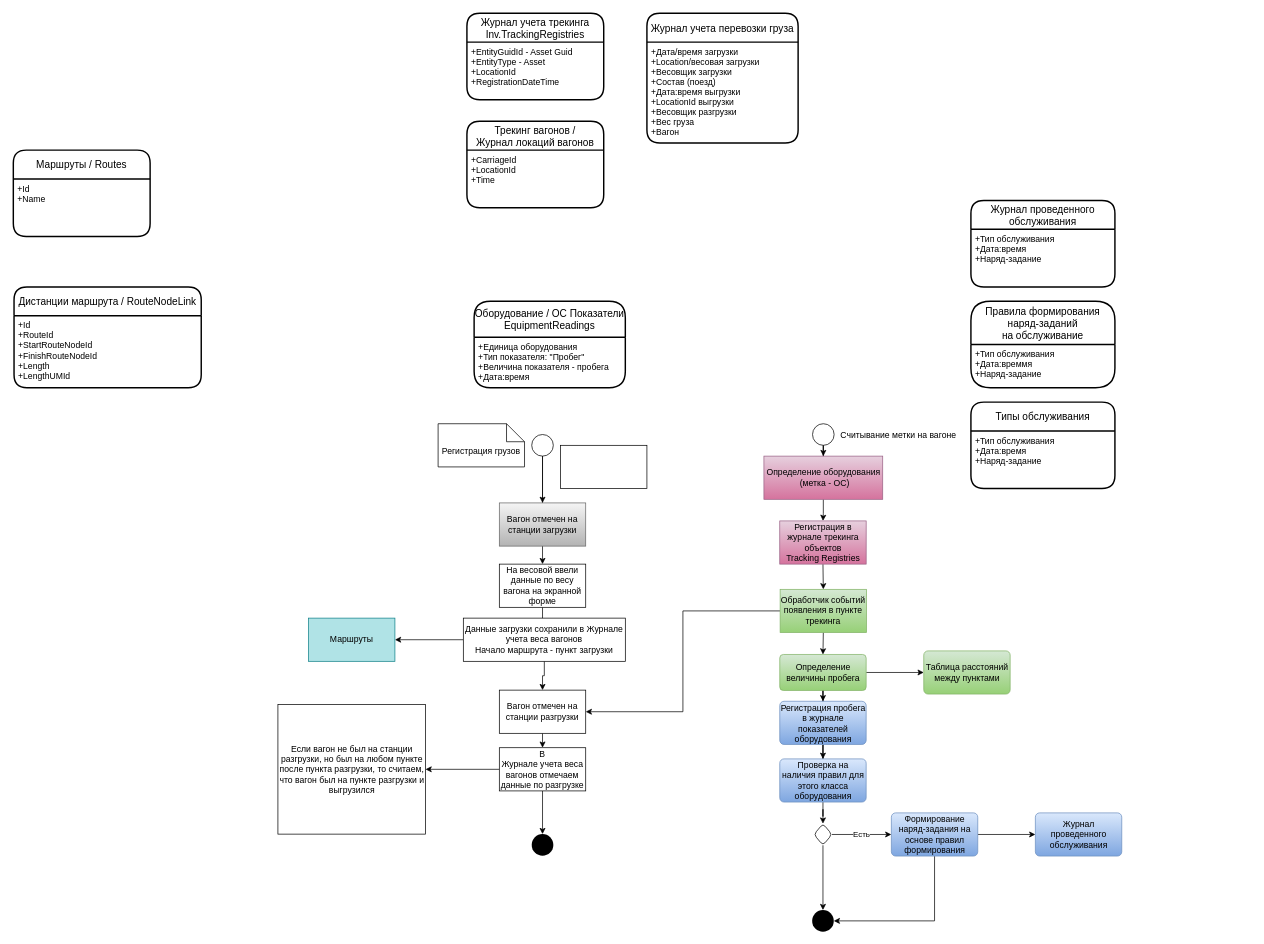
This is page "Пробеги" (2 of 2) of sensor_to_business_oper.drawio from tvolodi/abitech, a draw.io file, before an edit. Source tidied: cells renumbered, new cells numbered last; positions are measured from the earlier drawing's top-left corner, leaving out a move shared by most shapes. Both pictures are drawn from the tidied source at 72%, with x=0, y=0 at pixel (13, 13).
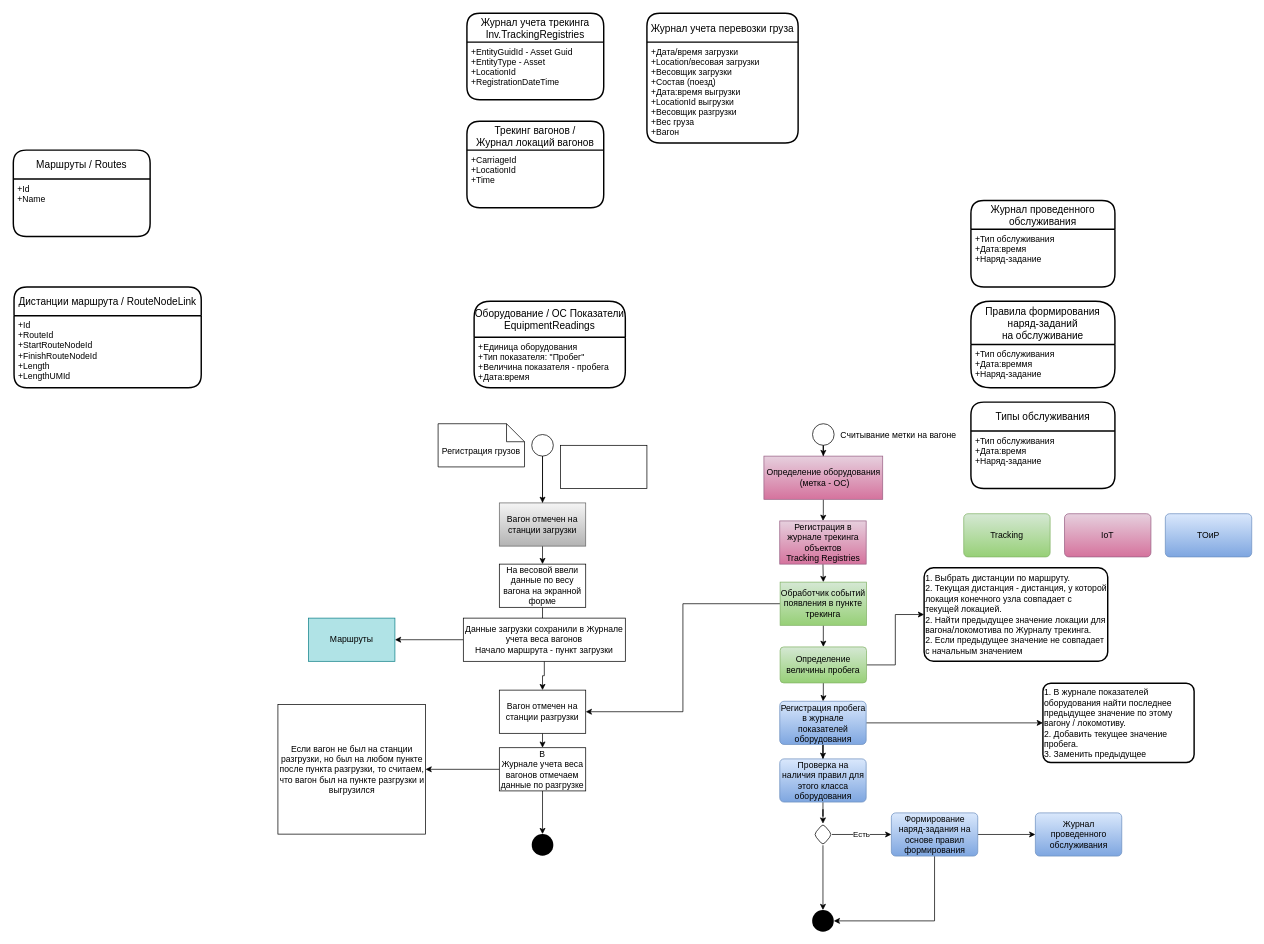
The same page after the edit.

Unchanged cells that the change refers to:
```xml
<mxCell id="19" value="Регистрация пробега в журнале показателей оборудования" style="whiteSpace=wrap;html=1;rounded=1;arcSize=10;fillColor=#dae8fc;strokeColor=#6c8ebf;gradientColor=#7ea6e0;" parent="1" vertex="1">
  <mxGeometry x="1064.5" y="955.5" width="120" height="60" as="geometry" />
</mxCell>
```

Diff of the diagram source:
```diff
@@
-    <mxCell id="11" style="edgeStyle=orthogonalEdgeStyle;rounded=0;jettySize=auto;html=1;" parent="1" edge="1" source="12" target="54">
-      <mxGeometry relative="1" as="geometry" />
-    </mxCell>
+    <mxCell id="64" style="edgeStyle=orthogonalEdgeStyle;rounded=0;jettySize=auto;html=1;" parent="1" edge="1" source="12" target="70">
+      <mxGeometry relative="1" as="geometry" />
+    </mxCell>
     <mxCell id="12" value="Определение величины пробега" style="rounded=1;arcSize=10;whiteSpace=wrap;html=1;align=center;fillColor=#d5e8d4;gradientColor=#97d077;strokeColor=#82b366;" parent="1" vertex="1">
-      <mxGeometry x="1064.5" y="890.5" width="120" height="50" as="geometry" />
+      <mxGeometry x="1065" y="880" width="120" height="50" as="geometry" />
     </mxCell>
@@
+    <mxCell id="65" style="edgeStyle=orthogonalEdgeStyle;rounded=0;jettySize=auto;html=1;" parent="1" edge="1" source="19" target="69">
+      <mxGeometry relative="1" as="geometry" />
+    </mxCell>
@@
-    <mxCell id="54" value="Таблица расстояний между пунктами" style="whiteSpace=wrap;html=1;rounded=1;arcSize=10;fillColor=#d5e8d4;strokeColor=#82b366;gradientColor=#97d077;" parent="1" vertex="1">
-      <mxGeometry x="1264.5" y="885.5" width="120" height="60" as="geometry" />
-    </mxCell>
@@
     <mxCell id="57" value="Обработчик событий появления в пункте трекинга" style="whiteSpace=wrap;html=1;fillColor=#d5e8d4;strokeColor=#82b366;spacingTop=0;spacing=0;gradientColor=#97d077;" parent="1" vertex="1">
-      <mxGeometry x="1065" y="800" width="120" height="60" as="geometry" />
+      <mxGeometry x="1065" y="790" width="120" height="60" as="geometry" />
     </mxCell>
@@
+    <mxCell id="66" value="Tracking" style="whiteSpace=wrap;html=1;rounded=1;arcSize=10;fillColor=#d5e8d4;strokeColor=#82b366;gradientColor=#97d077;" parent="1" vertex="1">
+      <mxGeometry x="1320" y="695" width="120" height="60" as="geometry" />
+    </mxCell>
+    <mxCell id="67" value="IoT" style="whiteSpace=wrap;html=1;rounded=1;arcSize=10;fillColor=#e6d0de;strokeColor=#996185;gradientColor=#d5739d;" parent="1" vertex="1">
+      <mxGeometry x="1460" y="695" width="120" height="60" as="geometry" />
+    </mxCell>
+    <mxCell id="68" value="ТОиР" style="whiteSpace=wrap;html=1;rounded=1;arcSize=10;fillColor=#dae8fc;strokeColor=#6c8ebf;gradientColor=#7ea6e0;" parent="1" vertex="1">
+      <mxGeometry x="1600" y="695" width="120" height="60" as="geometry" />
+    </mxCell>
+    <mxCell id="69" value="1. В журнале показателей оборудования найти последнее предыдущее значение по этому вагону / локомотиву.&lt;br&gt;2. Добавить текущее значение пробега.&lt;br&gt;3. Заменить предыдущее" style="whiteSpace=wrap;html=1;rounded=1;arcSize=10;align=left;strokeWidth=2;" parent="1" vertex="1">
+      <mxGeometry x="1430" y="930.5" width="210" height="110" as="geometry" />
+    </mxCell>
+    <mxCell id="70" value="1. Выбрать дистанции по маршруту.&lt;br&gt;2. Текущая дистанция - дистанция, у которой локация конечного узла совпадает с текущей локацией.&lt;br&gt;2. Найти предыдущее значение локации для вагона/локомотива по Журналу трекинга.&lt;br&gt;2. Если предыдущее значение не совпадает с начальным значением&amp;nbsp;" style="whiteSpace=wrap;html=1;rounded=1;arcSize=10;strokeWidth=2;align=left;" parent="1" vertex="1">
+      <mxGeometry x="1265" y="770" width="255" height="130" as="geometry" />
+    </mxCell>
```
